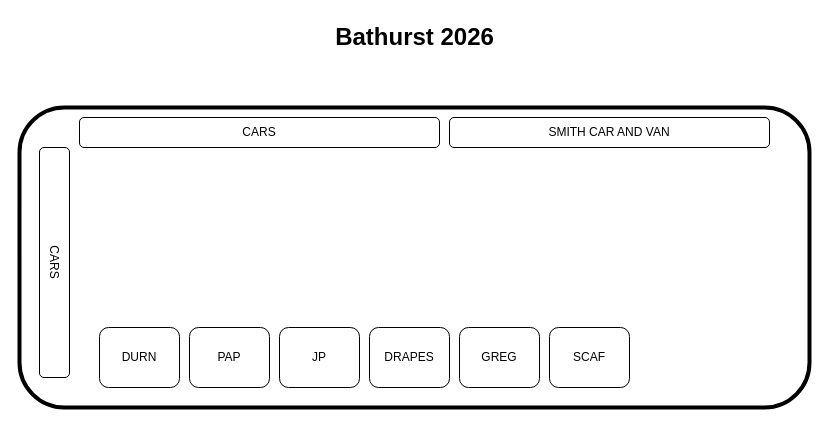
This is draw/bathurst12hour.drawio from jaypes-dev/bathurst12hour, a draw.io file, before an edit. Source tidied: cells renumbered, new cells numbered last; positions are measured from the earlier drawing's top-left corner, leaving out a move shared by most shapes. Both pictures are drawn from the tidied source at 100%, with x=0, y=0 at pixel (-61, 17).
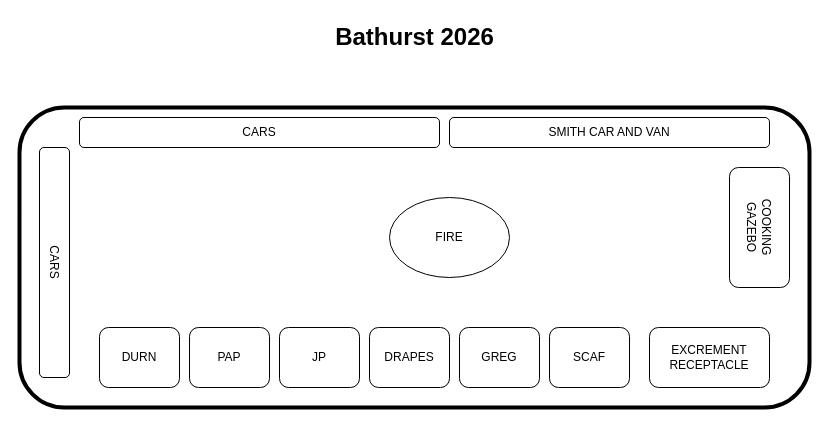
The same diagram, later.

Diff of the diagram source:
```diff
@@
 <mxGraphModel>
   <root>
     <mxCell id="0" />
     <mxCell id="1" parent="0" />
     <mxCell id="2" style="rounded=1;whiteSpace=wrap;html=1;strokeWidth=4;" parent="1" vertex="1">
       <mxGeometry x="80" y="90" width="790" height="300" as="geometry" />
     </mxCell>
     <mxCell id="3" value="Bathurst 2026" style="text;strokeColor=none;fillColor=none;html=1;fontSize=24;fontStyle=1;verticalAlign=middle;align=center;" parent="1" vertex="1">
       <mxGeometry x="425" width="100" height="40" as="geometry" />
     </mxCell>
     <mxCell id="4" value="CARS" style="rounded=1;whiteSpace=wrap;html=1;" parent="1" vertex="1">
       <mxGeometry x="140" y="100" width="360" height="30" as="geometry" />
     </mxCell>
     <mxCell id="5" value="CARS" style="rounded=1;whiteSpace=wrap;html=1;rotation=90;" parent="1" vertex="1">
       <mxGeometry y="230" width="230" height="30" as="geometry" />
     </mxCell>
     <mxCell id="6" value="DURN" style="rounded=1;whiteSpace=wrap;html=1;" parent="1" vertex="1">
       <mxGeometry x="160" y="310" width="80" height="60" as="geometry" />
     </mxCell>
     <mxCell id="7" value="JP" style="rounded=1;whiteSpace=wrap;html=1;" parent="1" vertex="1">
       <mxGeometry x="340" y="310" width="80" height="60" as="geometry" />
     </mxCell>
     <mxCell id="8" value="PAP" style="rounded=1;whiteSpace=wrap;html=1;" parent="1" vertex="1">
       <mxGeometry x="250" y="310" width="80" height="60" as="geometry" />
     </mxCell>
     <mxCell id="9" value="DRAPES" style="rounded=1;whiteSpace=wrap;html=1;" parent="1" vertex="1">
       <mxGeometry x="430" y="310" width="80" height="60" as="geometry" />
     </mxCell>
     <mxCell id="10" value="GREG" style="rounded=1;whiteSpace=wrap;html=1;" parent="1" vertex="1">
       <mxGeometry x="520" y="310" width="80" height="60" as="geometry" />
     </mxCell>
     <mxCell id="11" value="SCAF" style="rounded=1;whiteSpace=wrap;html=1;" parent="1" vertex="1">
       <mxGeometry x="610" y="310" width="80" height="60" as="geometry" />
     </mxCell>
     <mxCell id="12" value="SMITH CAR AND VAN" style="rounded=1;whiteSpace=wrap;html=1;" parent="1" vertex="1">
       <mxGeometry x="510" y="100" width="320" height="30" as="geometry" />
     </mxCell>
+    <mxCell id="13" value="EXCREMENT RECEPTACLE" style="rounded=1;whiteSpace=wrap;html=1;" parent="1" vertex="1">
+      <mxGeometry x="710" y="310" width="120" height="60" as="geometry" />
+    </mxCell>
+    <mxCell id="14" value="FIRE" style="ellipse;whiteSpace=wrap;html=1;" parent="1" vertex="1">
+      <mxGeometry x="450" y="180" width="120" height="80" as="geometry" />
+    </mxCell>
+    <mxCell id="15" value="COOKING&lt;div&gt;GAZEBO&lt;/div&gt;" style="rounded=1;whiteSpace=wrap;html=1;rotation=90;" parent="1" vertex="1">
+      <mxGeometry x="760" y="180" width="120" height="60" as="geometry" />
+    </mxCell>
   </root>
 </mxGraphModel>
```
